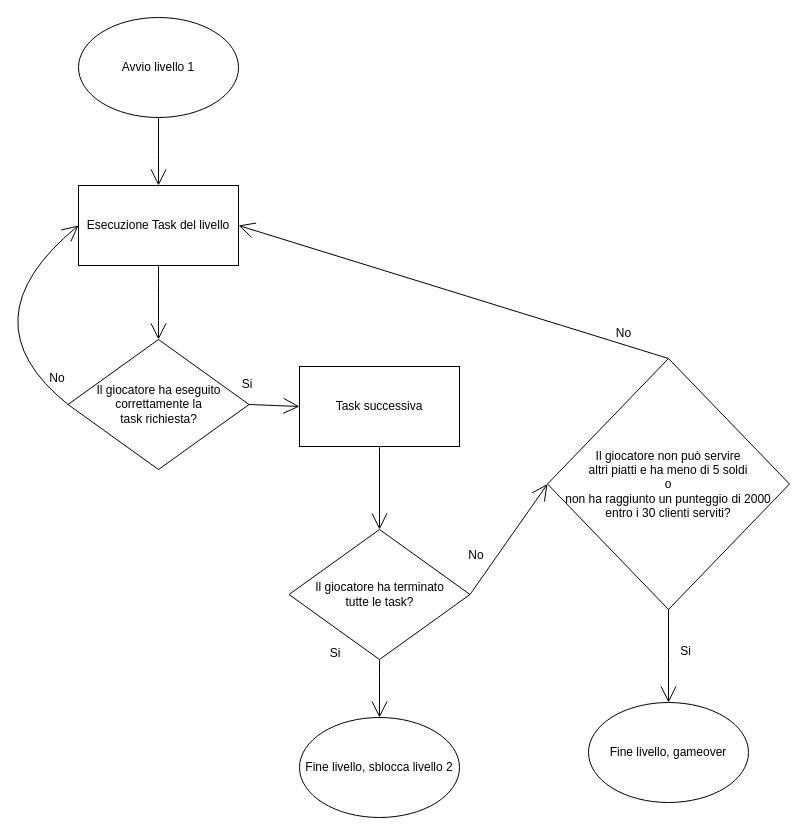
Earlier version of the draw.io diagram doc/Progetti Drawio/FlowChart/FlowchartLivello2.drawio (zSavT/Healthy-Catering). Source tidied: cells renumbered, new cells numbered last; positions are measured from the earlier drawing's top-left corner, leaving out a move shared by most shapes. Both pictures are drawn from the tidied source at 100%, with x=0, y=0 at pixel (-37, 17).
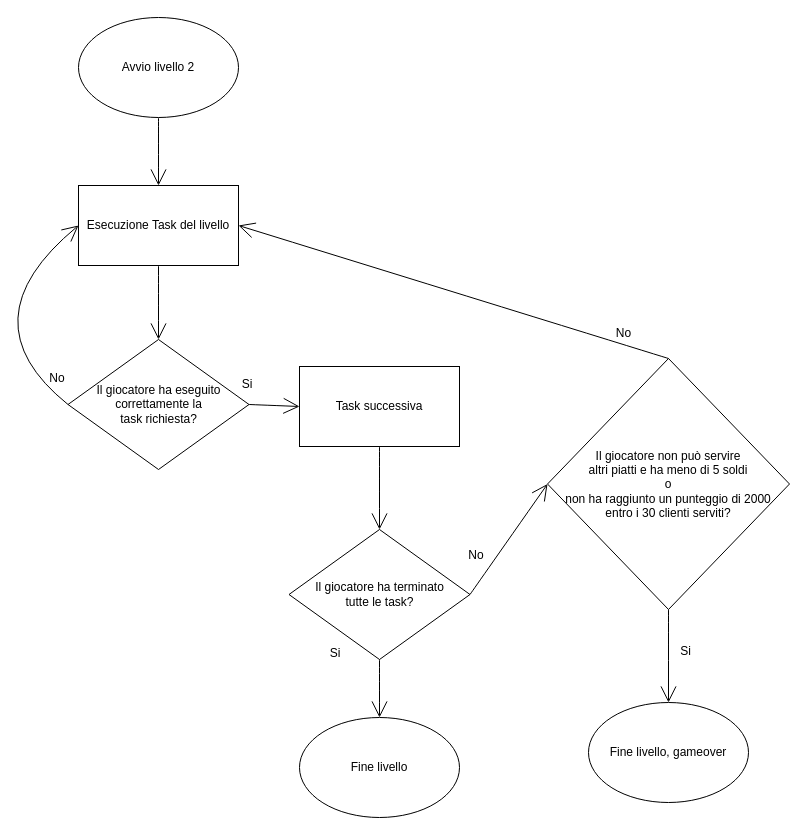
After the change.

Change to the diagram source:
```diff
@@
-    <mxCell id="3" value="Avvio livello 1" style="ellipse;whiteSpace=wrap;html=1;hachureGap=4;" parent="1" vertex="1">
+    <mxCell id="3" value="Avvio livello 2" style="ellipse;whiteSpace=wrap;html=1;hachureGap=4;" parent="1" vertex="1">
       <mxGeometry x="115" width="160" height="100" as="geometry" />
     </mxCell>
-    <mxCell id="4" value="Fine livello, sblocca livello 2" style="ellipse;whiteSpace=wrap;html=1;hachureGap=4;fontSize=12;" parent="1" vertex="1">
+    <mxCell id="4" value="Fine livello" style="ellipse;whiteSpace=wrap;html=1;hachureGap=4;fontSize=12;" parent="1" vertex="1">
       <mxGeometry x="336" y="700" width="160" height="100" as="geometry" />
     </mxCell>
```
